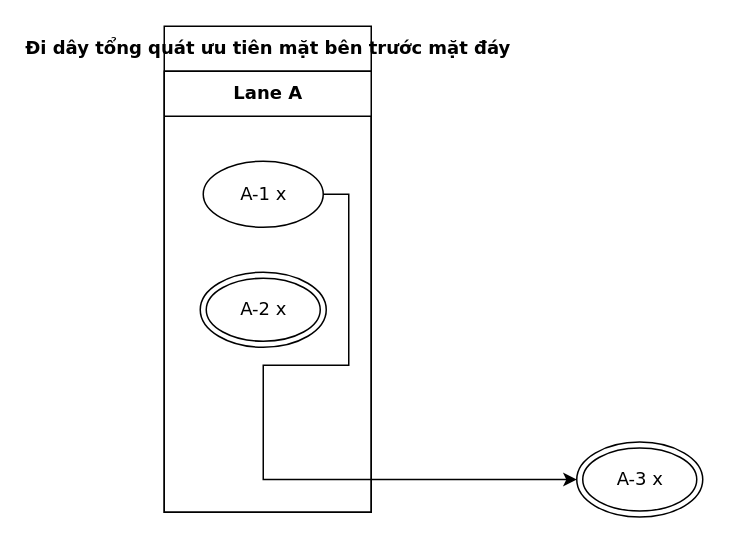
This is conformance/merge/fuzz-27/flow.drawio from luytbq/flowcast, a draw.io file, before an edit. Source tidied: cells renumbered, new cells numbered last; positions are measured from the earlier drawing's top-left corner, leaving out a move shared by most shapes. Both pictures are drawn from the tidied source at 150%, with x=0, y=0 at pixel (164, 26).
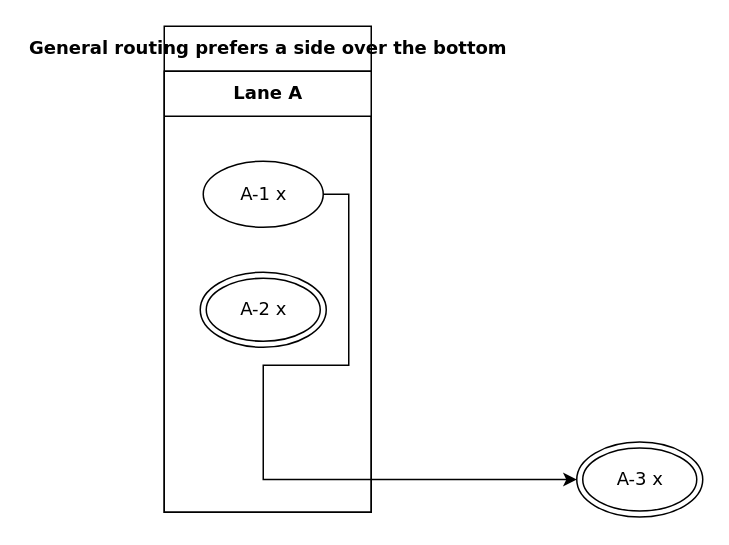
Above is the later version.

What changed in the source:
```diff
@@
 <mxGraphModel>
   <root>
     <mxCell id="0" />
     <mxCell id="1" parent="0" />
-    <mxCell id="2" value="Đi dây tổng quát ưu tiên mặt bên trước mặt đáy" style="swimlane;html=1;startSize=30;fontStyle=1;fontFamily=Verdana;fontSize=12;" parent="1" vertex="1">
+    <mxCell id="2" value="General routing prefers a side over the bottom" style="swimlane;html=1;startSize=30;fontStyle=1;fontFamily=Verdana;fontSize=12;" parent="1" vertex="1">
       <mxGeometry width="138" height="324" as="geometry" />
     </mxCell>
     <mxCell id="3" value="Lane A" style="swimlane;html=1;startSize=30;fontFamily=Verdana;fontSize=12;" parent="2" vertex="1">
       <mxGeometry y="30" width="138" height="294" as="geometry" />
     </mxCell>
     <mxCell id="4" value="A-1 x" style="ellipse;html=1;fontFamily=Verdana;fontSize=12;" parent="3" vertex="1">
       <mxGeometry x="26" y="60" width="80" height="44" as="geometry" />
     </mxCell>
     <mxCell id="5" value="A-2 x" style="shape=doubleEllipse;html=1;fontFamily=Verdana;fontSize=12;" parent="3" vertex="1">
       <mxGeometry x="24" y="134" width="84" height="50" as="geometry" />
     </mxCell>
     <mxCell id="6" value="A-3 x" style="shape=doubleEllipse;html=1;fontFamily=Verdana;fontSize=12;" parent="3" vertex="1">
       <mxGeometry x="275" y="247.2" width="84" height="50" as="geometry" />
     </mxCell>
     <mxCell id="7" style="edgeStyle=orthogonalEdgeStyle;rounded=0;jettySize=auto;html=1;labelBackgroundColor=default;exitX=1;exitDx=0;exitDy=0;entryX=0.5;entryDx=0;entryDy=0;fontFamily=Verdana;fontSize=12;exitY;entryY;" parent="2" edge="1" source="4" target="6">
       <mxGeometry relative="1" as="geometry">
         <Array as="points">
           <mxPoint x="123" y="112" />
           <mxPoint x="123" y="226" />
           <mxPoint x="66" y="226" />
         </Array>
       </mxGeometry>
     </mxCell>
     <mxCell id="8" style="endArrow=classic;html=1;" parent="1" edge="1">
       <mxGeometry relative="1" as="geometry">
         <Array as="points">
           <mxPoint x="806.2" y="222" />
         </Array>
       </mxGeometry>
     </mxCell>
   </root>
 </mxGraphModel>
```
